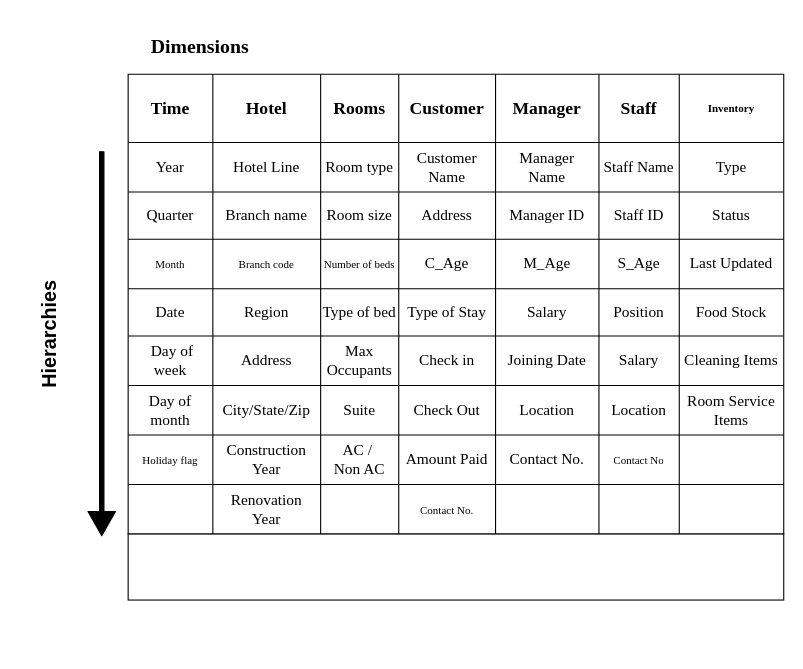
Before: Information Package Diagram/IPD_hotel_lodging_system.drawio in adityaparab04/Diagrams, a draw.io diagram. Source tidied: cells renumbered, new cells numbered last; positions are measured from the earlier drawing's top-left corner, leaving out a move shared by most shapes. Both pictures are drawn from the tidied source at 110%, with x=0, y=0 at pixel (-20, 19).
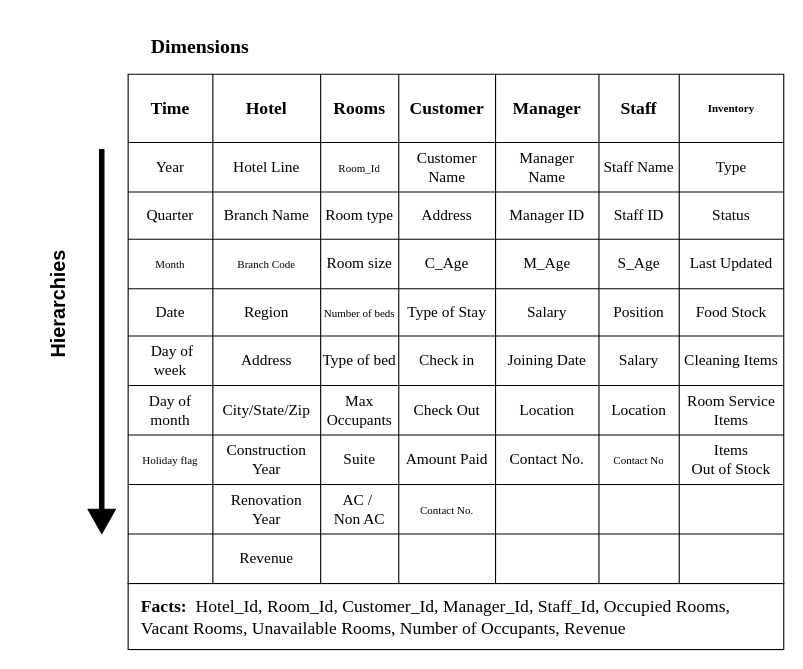
The same page after the edit.

Unchanged cells that the change refers to:
```xml
<mxCell id="14" style="shape=partialRectangle;html=1;whiteSpace=wrap;fillColor=none;top=0;left=0;bottom=0;right=0;fontFamily=Times New Roman;fontSize=14;" parent="5" vertex="1">
  <mxGeometry y="62" width="596" height="45" as="geometry" />
</mxCell>
<mxCell id="22" style="shape=partialRectangle;html=1;whiteSpace=wrap;fillColor=none;top=0;left=0;bottom=0;right=0;fontFamily=Times New Roman;" parent="5" vertex="1">
  <mxGeometry y="107" width="596" height="43" as="geometry" />
</mxCell>
<mxCell id="30" style="shape=partialRectangle;html=1;whiteSpace=wrap;fillColor=none;top=0;left=0;bottom=0;right=0;fontFamily=Times New Roman;" parent="5" vertex="1">
  <mxGeometry y="150" width="596" height="45" as="geometry" />
</mxCell>
<mxCell id="38" style="shape=partialRectangle;html=1;whiteSpace=wrap;fillColor=none;top=0;left=0;bottom=0;right=0;fontFamily=Times New Roman;" parent="5" vertex="1">
  <mxGeometry y="195" width="596" height="43" as="geometry" />
</mxCell>
<mxCell id="46" style="shape=partialRectangle;html=1;whiteSpace=wrap;fillColor=none;top=0;left=0;bottom=0;right=0;fontFamily=Times New Roman;" parent="5" vertex="1">
  <mxGeometry y="238" width="596" height="45" as="geometry" />
</mxCell>
<mxCell id="54" style="shape=partialRectangle;html=1;whiteSpace=wrap;fillColor=none;top=0;left=0;bottom=0;right=0;fontFamily=Times New Roman;" parent="5" vertex="1">
  <mxGeometry y="283" width="596" height="45" as="geometry" />
</mxCell>
<mxCell id="62" style="shape=partialRectangle;html=1;whiteSpace=wrap;fillColor=none;top=0;left=0;bottom=0;right=0;fontFamily=Times New Roman;fontSize=14;" parent="5" vertex="1">
  <mxGeometry y="328" width="596" height="45" as="geometry" />
</mxCell>
<mxCell id="70" style="shape=partialRectangle;html=1;whiteSpace=wrap;fillColor=none;top=0;left=0;bottom=0;right=0;fontFamily=Times New Roman;fontSize=14;" parent="5" vertex="1">
  <mxGeometry y="373" width="596" height="45" as="geometry" />
</mxCell>
```

What changed in the source:
```diff
@@
     <mxCell id="3" value="&lt;font style=&quot;font-size: 18px&quot;&gt;&lt;b&gt;Hierarchies&lt;/b&gt;&lt;/font&gt;" style="text;html=1;strokeColor=none;fillColor=none;align=center;verticalAlign=middle;whiteSpace=wrap;rounded=0;rotation=270;" parent="1" vertex="1">
-      <mxGeometry y="259" width="125" height="55" as="geometry" />
+      <mxGeometry x="9" y="231.5" width="125" height="55" as="geometry" />
     </mxCell>
     <mxCell id="4" style="shape=flexArrow;endArrow=classic;html=1;labelBackgroundColor=#000000;fillColor=#000000;width=4;endSize=7;fontFamily=Times New Roman;" parent="1" edge="1">
       <mxGeometry relative="1" as="geometry">
-        <mxPoint x="110" y="120" as="sourcePoint" />
-        <mxPoint x="110" y="470" as="targetPoint" />
+        <mxPoint x="110" y="118" as="sourcePoint" />
+        <mxPoint x="110" y="468" as="targetPoint" />
       </mxGeometry>
     </mxCell>
-    <mxCell id="5" style="shape=table;html=1;whiteSpace=wrap;startSize=0;childLayout=tableLayout;fontFamily=Times New Roman;fontSize=14;" parent="1" vertex="1">
-      <mxGeometry x="134" y="50" width="596" height="418" as="geometry" />
+    <mxCell id="5" style="shape=table;html=1;whiteSpace=wrap;startSize=0;childLayout=tableLayout;fontFamily=Times New Roman;fontSize=14;rowLines=1;columnLines=1;separatorColor=#FFFFFF;" parent="1" vertex="1">
+      <mxGeometry x="134" y="50" width="596" height="463" as="geometry" />
     </mxCell>
@@
-    <mxCell id="17" value="&lt;font style=&quot;font-size: 14px&quot;&gt;&lt;font style=&quot;font-size: 14px&quot;&gt;Room typ&lt;/font&gt;e&lt;/font&gt;" style="shape=partialRectangle;html=1;whiteSpace=wrap;overflow=hidden;fillColor=none;top=0;left=0;bottom=0;right=0;fontFamily=Times New Roman;" parent="14" vertex="1">
+    <mxCell id="17" value="&lt;font size=&quot;1&quot;&gt;Room_Id&lt;/font&gt;" style="shape=partialRectangle;html=1;whiteSpace=wrap;overflow=hidden;fillColor=none;top=0;left=0;bottom=0;right=0;fontFamily=Times New Roman;" parent="14" vertex="1">
       <mxGeometry x="175" width="71" height="45" as="geometry" />
     </mxCell>
@@
-    <mxCell id="24" value="&lt;font style=&quot;font-size: 14px&quot;&gt;Branch name&lt;/font&gt;" style="shape=partialRectangle;html=1;whiteSpace=wrap;overflow=hidden;fillColor=none;top=0;left=0;bottom=0;right=0;fontFamily=Times New Roman;" parent="22" vertex="1">
+    <mxCell id="24" value="&lt;font style=&quot;font-size: 14px&quot;&gt;Branch Name&lt;/font&gt;" style="shape=partialRectangle;html=1;whiteSpace=wrap;overflow=hidden;fillColor=none;top=0;left=0;bottom=0;right=0;fontFamily=Times New Roman;" parent="22" vertex="1">
       <mxGeometry x="77" width="98" height="43" as="geometry" />
     </mxCell>
-    <mxCell id="25" value="&lt;font style=&quot;font-size: 14px&quot;&gt;Room size&lt;/font&gt;" style="shape=partialRectangle;html=1;whiteSpace=wrap;overflow=hidden;fillColor=none;top=0;left=0;bottom=0;right=0;fontFamily=Times New Roman;" parent="22" vertex="1">
+    <mxCell id="25" value="&lt;font style=&quot;font-size: 14px&quot;&gt;Room typ&lt;/font&gt;&lt;span style=&quot;font-size: 14px&quot;&gt;e&lt;/span&gt;" style="shape=partialRectangle;html=1;whiteSpace=wrap;overflow=hidden;fillColor=none;top=0;left=0;bottom=0;right=0;fontFamily=Times New Roman;" parent="22" vertex="1">
       <mxGeometry x="175" width="71" height="43" as="geometry" />
     </mxCell>
@@
-    <mxCell id="32" value="&lt;font size=&quot;1&quot;&gt;Branch code&lt;/font&gt;" style="shape=partialRectangle;html=1;whiteSpace=wrap;overflow=hidden;fillColor=none;top=0;left=0;bottom=0;right=0;fontFamily=Times New Roman;" parent="30" vertex="1">
+    <mxCell id="32" value="&lt;font size=&quot;1&quot;&gt;Branch Code&lt;/font&gt;" style="shape=partialRectangle;html=1;whiteSpace=wrap;overflow=hidden;fillColor=none;top=0;left=0;bottom=0;right=0;fontFamily=Times New Roman;" parent="30" vertex="1">
       <mxGeometry x="77" width="98" height="45" as="geometry" />
     </mxCell>
-    <mxCell id="33" value="&lt;font size=&quot;1&quot;&gt;Number of beds&lt;/font&gt;" style="shape=partialRectangle;html=1;whiteSpace=wrap;overflow=hidden;fillColor=none;top=0;left=0;bottom=0;right=0;fontFamily=Times New Roman;" parent="30" vertex="1">
+    <mxCell id="33" value="&lt;span style=&quot;font-size: 14px&quot;&gt;Room size&lt;/span&gt;" style="shape=partialRectangle;html=1;whiteSpace=wrap;overflow=hidden;fillColor=none;top=0;left=0;bottom=0;right=0;fontFamily=Times New Roman;" parent="30" vertex="1">
       <mxGeometry x="175" width="71" height="45" as="geometry" />
     </mxCell>
@@
-    <mxCell id="41" value="&lt;font style=&quot;font-size: 14px&quot;&gt;Type of bed&lt;/font&gt;" style="shape=partialRectangle;html=1;whiteSpace=wrap;overflow=hidden;fillColor=none;top=0;left=0;bottom=0;right=0;fontFamily=Times New Roman;" parent="38" vertex="1">
+    <mxCell id="41" value="&lt;span style=&quot;font-size: x-small&quot;&gt;Number of beds&lt;/span&gt;" style="shape=partialRectangle;html=1;whiteSpace=wrap;overflow=hidden;fillColor=none;top=0;left=0;bottom=0;right=0;fontFamily=Times New Roman;" parent="38" vertex="1">
       <mxGeometry x="175" width="71" height="43" as="geometry" />
     </mxCell>
@@
-    <mxCell id="49" value="&lt;font style=&quot;font-size: 14px&quot;&gt;Max Occupants&lt;/font&gt;" style="shape=partialRectangle;html=1;whiteSpace=wrap;overflow=hidden;fillColor=none;top=0;left=0;bottom=0;right=0;fontFamily=Times New Roman;" parent="46" vertex="1">
+    <mxCell id="49" value="&lt;span style=&quot;font-size: 14px&quot;&gt;Type of bed&lt;/span&gt;" style="shape=partialRectangle;html=1;whiteSpace=wrap;overflow=hidden;fillColor=none;top=0;left=0;bottom=0;right=0;fontFamily=Times New Roman;" parent="46" vertex="1">
       <mxGeometry x="175" width="71" height="45" as="geometry" />
     </mxCell>
@@
-    <mxCell id="57" value="&lt;font style=&quot;font-size: 14px&quot;&gt;Suite&lt;/font&gt;" style="shape=partialRectangle;html=1;whiteSpace=wrap;overflow=hidden;fillColor=none;top=0;left=0;bottom=0;right=0;fontFamily=Times New Roman;" parent="54" vertex="1">
+    <mxCell id="57" value="&lt;span style=&quot;font-size: 14px&quot;&gt;Max Occupants&lt;/span&gt;" style="shape=partialRectangle;html=1;whiteSpace=wrap;overflow=hidden;fillColor=none;top=0;left=0;bottom=0;right=0;fontFamily=Times New Roman;" parent="54" vertex="1">
       <mxGeometry x="175" width="71" height="45" as="geometry" />
     </mxCell>
@@
-    <mxCell id="65" value="&lt;font style=&quot;font-size: 14px&quot;&gt;AC /&amp;nbsp;&lt;br&gt;Non AC&lt;/font&gt;" style="shape=partialRectangle;html=1;whiteSpace=wrap;overflow=hidden;fillColor=none;top=0;left=0;bottom=0;right=0;fontFamily=Times New Roman;" parent="62" vertex="1">
+    <mxCell id="65" value="&lt;span style=&quot;font-size: 14px&quot;&gt;Suite&lt;/span&gt;" style="shape=partialRectangle;html=1;whiteSpace=wrap;overflow=hidden;fillColor=none;top=0;left=0;bottom=0;right=0;fontFamily=Times New Roman;" parent="62" vertex="1">
       <mxGeometry x="175" width="71" height="45" as="geometry" />
     </mxCell>
@@
-    <mxCell id="69" style="shape=partialRectangle;html=1;whiteSpace=wrap;overflow=hidden;fillColor=none;top=0;left=0;bottom=0;right=0;fontFamily=Times New Roman;" parent="62" vertex="1">
+    <mxCell id="69" value="&lt;font style=&quot;font-size: 14px&quot;&gt;Items&lt;br&gt;Out of Stock&lt;/font&gt;" style="shape=partialRectangle;html=1;whiteSpace=wrap;overflow=hidden;fillColor=none;top=0;left=0;bottom=0;right=0;fontFamily=Times New Roman;" parent="62" vertex="1">
       <mxGeometry x="501" width="95" height="45" as="geometry" />
     </mxCell>
@@
-    <mxCell id="73" style="shape=partialRectangle;html=1;whiteSpace=wrap;overflow=hidden;fillColor=none;top=0;left=0;bottom=0;right=0;fontFamily=Times New Roman;" parent="70" vertex="1">
+    <mxCell id="73" value="&lt;span style=&quot;font-size: 14px&quot;&gt;AC /&amp;nbsp;&lt;/span&gt;&lt;br style=&quot;font-size: 14px&quot;&gt;&lt;span style=&quot;font-size: 14px&quot;&gt;Non AC&lt;/span&gt;" style="shape=partialRectangle;html=1;whiteSpace=wrap;overflow=hidden;fillColor=none;top=0;left=0;bottom=0;right=0;fontFamily=Times New Roman;" parent="70" vertex="1">
       <mxGeometry x="175" width="71" height="45" as="geometry" />
     </mxCell>
@@
+    <mxCell id="79" style="shape=partialRectangle;html=1;whiteSpace=wrap;fillColor=none;top=0;left=0;bottom=0;right=0;fontFamily=Times New Roman;fontSize=14;" parent="5" vertex="1">
+      <mxGeometry y="418" width="596" height="45" as="geometry" />
+    </mxCell>
+    <mxCell id="80" style="shape=partialRectangle;html=1;whiteSpace=wrap;overflow=hidden;fillColor=none;top=0;left=0;bottom=0;right=0;fontFamily=Times New Roman;" parent="79" vertex="1">
+      <mxGeometry width="77" height="45" as="geometry" />
+    </mxCell>
+    <mxCell id="81" value="&lt;font style=&quot;font-size: 14px&quot;&gt;Revenue&lt;/font&gt;" style="shape=partialRectangle;html=1;whiteSpace=wrap;overflow=hidden;fillColor=none;top=0;left=0;bottom=0;right=0;fontFamily=Times New Roman;" parent="79" vertex="1">
+      <mxGeometry x="77" width="98" height="45" as="geometry" />
+    </mxCell>
+    <mxCell id="82" style="shape=partialRectangle;html=1;whiteSpace=wrap;overflow=hidden;fillColor=none;top=0;left=0;bottom=0;right=0;fontFamily=Times New Roman;" parent="79" vertex="1">
+      <mxGeometry x="175" width="71" height="45" as="geometry" />
+    </mxCell>
+    <mxCell id="83" style="shape=partialRectangle;html=1;whiteSpace=wrap;overflow=hidden;fillColor=none;top=0;left=0;bottom=0;right=0;fontFamily=Times New Roman;" parent="79" vertex="1">
+      <mxGeometry x="246" width="88" height="45" as="geometry" />
+    </mxCell>
+    <mxCell id="84" style="shape=partialRectangle;html=1;whiteSpace=wrap;overflow=hidden;fillColor=none;top=0;left=0;bottom=0;right=0;fontFamily=Times New Roman;" parent="79" vertex="1">
+      <mxGeometry x="334" width="94" height="45" as="geometry" />
+    </mxCell>
+    <mxCell id="85" style="shape=partialRectangle;html=1;whiteSpace=wrap;overflow=hidden;fillColor=none;top=0;left=0;bottom=0;right=0;fontFamily=Times New Roman;" parent="79" vertex="1">
+      <mxGeometry x="428" width="73" height="45" as="geometry" />
+    </mxCell>
+    <mxCell id="86" style="shape=partialRectangle;html=1;whiteSpace=wrap;overflow=hidden;fillColor=none;top=0;left=0;bottom=0;right=0;fontFamily=Times New Roman;" parent="79" vertex="1">
+      <mxGeometry x="501" width="95" height="45" as="geometry" />
+    </mxCell>
-    <mxCell id="78" value="&lt;br&gt;&lt;div&gt;&lt;/div&gt;" style="rounded=0;whiteSpace=wrap;html=1;fontFamily=Times New Roman;fontSize=14;strokeColor=#000000;strokeWidth=1;align=left;" parent="1" vertex="1">
-      <mxGeometry x="134" y="468" width="596" height="60" as="geometry" />
+    <mxCell id="78" value="&lt;div&gt;&lt;font style=&quot;font-weight: bold ; font-size: 16px&quot;&gt;Facts:&amp;nbsp; &lt;/font&gt;&lt;font style=&quot;font-size: 16px&quot;&gt;Hotel_Id, Room_Id, Customer_Id, Manager_Id, Staff_Id, Occupied Rooms, Vacant&amp;nbsp;Rooms, Unavailable Rooms, Number of Occupants, Revenue&lt;/font&gt;&lt;/div&gt;&lt;div&gt;&lt;/div&gt;" style="rounded=0;whiteSpace=wrap;html=1;fontFamily=Times New Roman;fontSize=14;strokeColor=#000000;strokeWidth=1;align=left;spacingLeft=10;" parent="1" vertex="1">
+      <mxGeometry x="134" y="513" width="596" height="60" as="geometry" />
     </mxCell>
```
